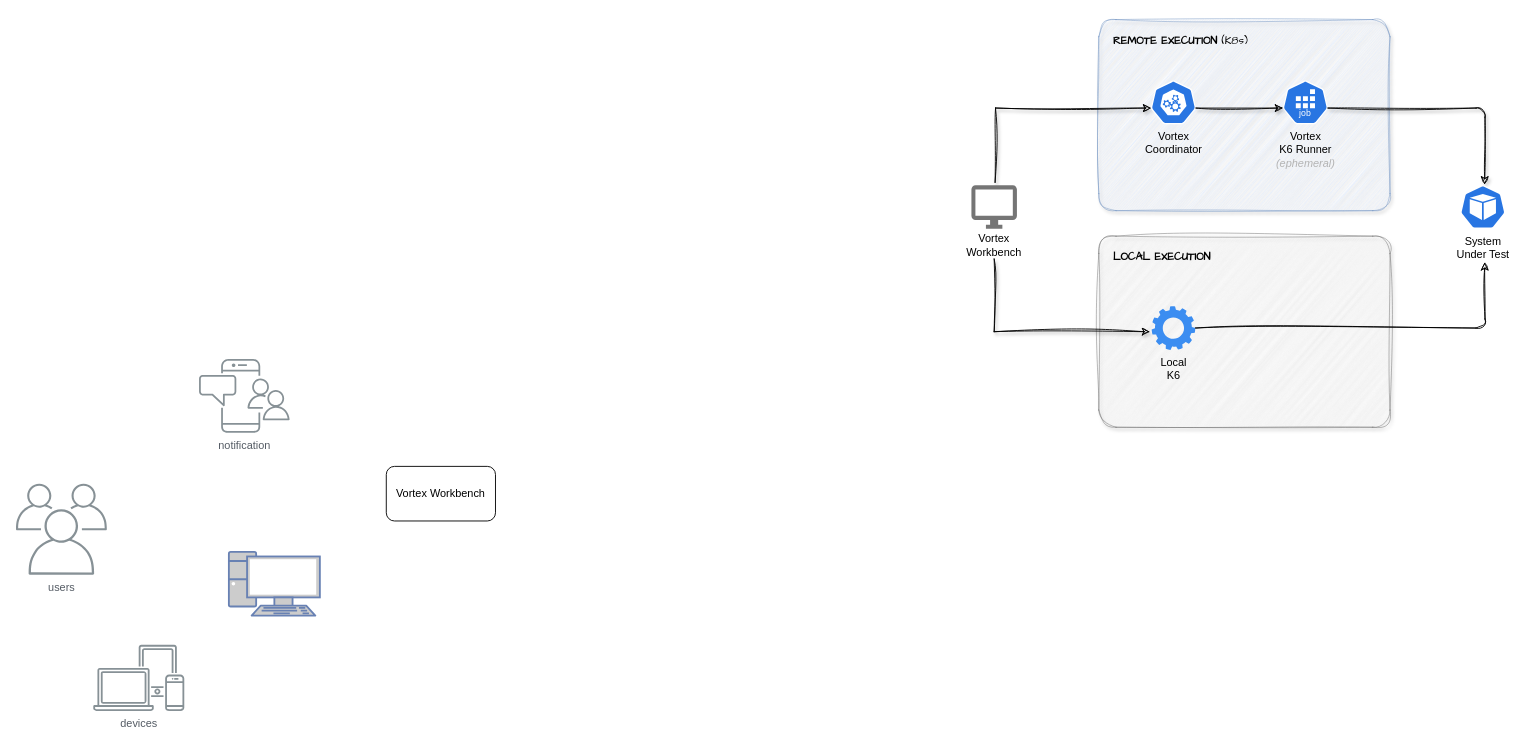
Before: docs/diagram/vortex.drawio in acltabontabon/vortex, a draw.io diagram. Source tidied: cells renumbered, new cells numbered last; positions are measured from the earlier drawing's top-left corner, leaving out a move shared by most shapes. Both pictures are drawn from the tidied source at 91%, with x=0, y=0 at pixel (15, 19).
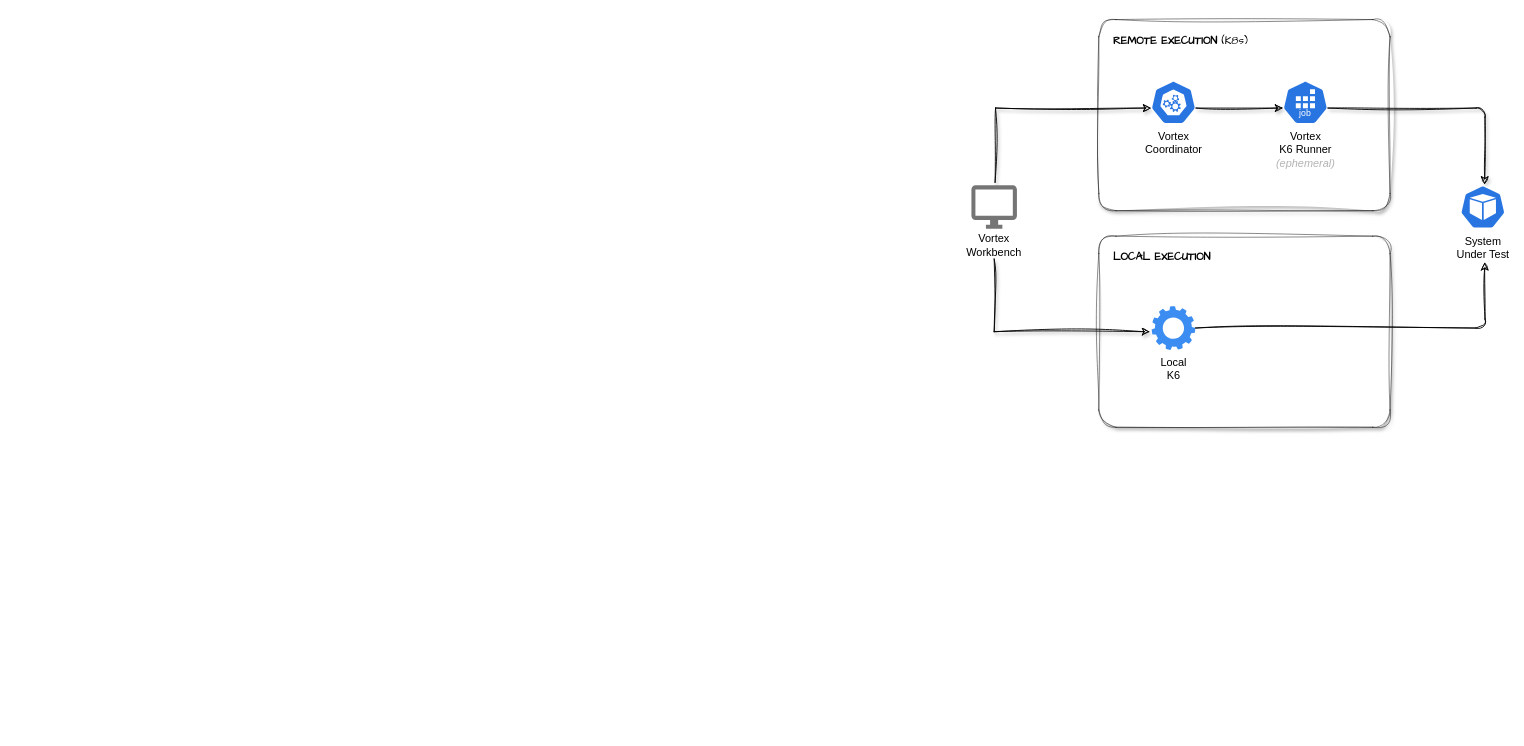
The same diagram, later.

Commit message:
Drop the standalone actors from the architecture diagram

Users, devices, notifications and the Workbench box sat outside the system
being described and were never referenced by an edge. Remaining shapes lose
their explicit fills, so the diagram takes its colours from the theme it is
opened in.

Change to the diagram source:
```diff
@@
-    <mxCell id="2" style="rounded=1;whiteSpace=wrap;html=1;sketch=1;curveFitting=1;jiggle=2;shadow=1;arcSize=9;strokeWidth=0.5;fillColor=#f5f5f5;fontColor=#333333;strokeColor=#666666;" parent="1" vertex="1">
+    <mxCell id="2" style="rounded=1;whiteSpace=wrap;html=1;sketch=1;curveFitting=1;jiggle=2;shadow=1;arcSize=9;strokeWidth=0.5;" parent="1" vertex="1">
       <mxGeometry x="1190" y="238" width="320" height="210" as="geometry" />
     </mxCell>
-    <mxCell id="3" style="rounded=1;whiteSpace=wrap;html=1;sketch=1;curveFitting=1;jiggle=2;shadow=1;arcSize=9;strokeWidth=0.5;fillColor=#dae8fc;strokeColor=#6c8ebf;" parent="1" vertex="1">
+    <mxCell id="3" style="rounded=1;whiteSpace=wrap;html=1;sketch=1;curveFitting=1;jiggle=2;shadow=1;arcSize=9;strokeWidth=0.5;" parent="1" vertex="1">
       <mxGeometry x="1190" width="320" height="210" as="geometry" />
     </mxCell>
-    <mxCell id="4" value="Vortex Workbench" style="rounded=1;whiteSpace=wrap;html=1;" parent="1" vertex="1">
-      <mxGeometry x="407" y="491" width="120" height="60" as="geometry" />
-    </mxCell>
-    <mxCell id="5" style="fontColor=#0066CC;verticalAlign=top;verticalLabelPosition=bottom;labelPosition=center;align=center;html=1;fillColor=#CCCCCC;strokeColor=#6881B3;gradientColor=none;gradientDirection=north;strokeWidth=2;shape=mxgraph.networks.pc;" parent="1" vertex="1">
-      <mxGeometry x="234" y="585" width="100" height="70" as="geometry" />
-    </mxCell>
-    <mxCell id="6" value="users" style="sketch=0;gradientColor=none;fontColor=#545B64;strokeColor=none;fillColor=#879196;dashed=0;verticalLabelPosition=bottom;verticalAlign=top;align=center;html=1;fontSize=12;fontStyle=0;shape=mxgraph.aws4.illustration_users;" parent="1" vertex="1">
-      <mxGeometry y="510" width="100" height="100" as="geometry" />
-    </mxCell>
-    <mxCell id="7" value="notification" style="sketch=0;gradientColor=none;fontColor=#545B64;strokeColor=none;fillColor=#879196;dashed=0;verticalLabelPosition=bottom;verticalAlign=top;align=center;html=1;fontSize=12;fontStyle=0;shape=mxgraph.aws4.illustration_notification;" parent="1" vertex="1">
-      <mxGeometry x="201" y="373" width="100" height="81" as="geometry" />
-    </mxCell>
-    <mxCell id="8" value="devices" style="sketch=0;gradientColor=none;fontColor=#545B64;strokeColor=none;fillColor=#879196;dashed=0;verticalLabelPosition=bottom;verticalAlign=top;align=center;html=1;fontSize=12;fontStyle=0;shape=mxgraph.aws4.illustration_devices;" parent="1" vertex="1">
-      <mxGeometry x="85" y="687" width="100" height="73" as="geometry" />
-    </mxCell>
```
